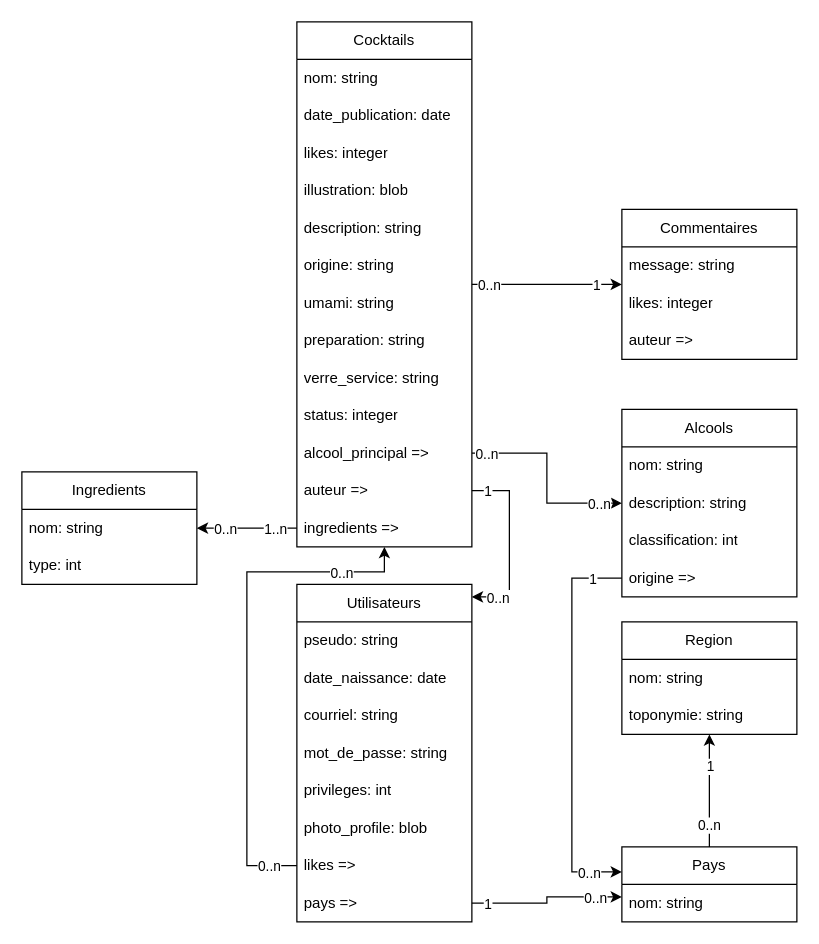
The draw.io diagram documentation/modele_conceptuel.drawio in Cocktail-Wizard/Cocktail_Wizard, before the edit. Source tidied: cells renumbered, new cells numbered last; positions are measured from the earlier drawing's top-left corner, leaving out a move shared by most shapes. Both pictures are drawn from the tidied source at 125%, with x=0, y=0 at pixel (21, 21).
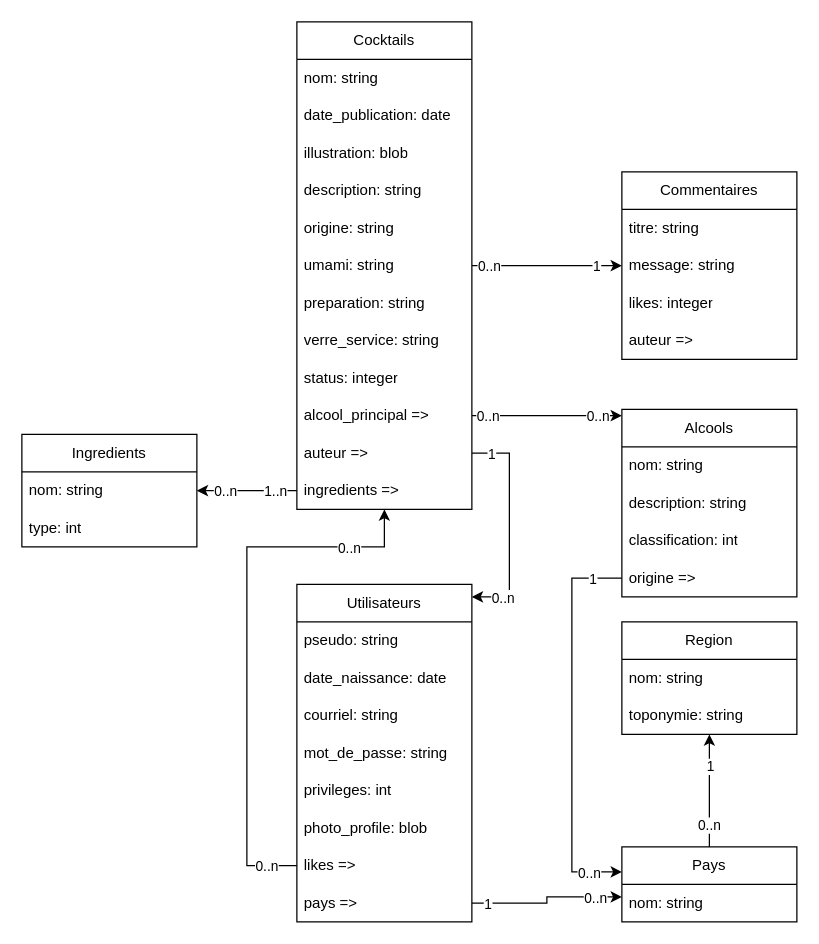
The same page after the edit.

Commit message:
Ajout du titre pour les commentaire et retrait du compteur de likes d'une publication

Unchanged cells that the change refers to:
```xml
<mxCell id="23" value="Utilisateurs" style="swimlane;fontStyle=0;horizontal=1;startSize=30;whiteSpace=wrap;html=1;" parent="1" vertex="1">
  <mxGeometry x="220" y="450" width="140" height="270" as="geometry" />
</mxCell>
<mxCell id="30" value="likes =&amp;gt;" style="text;strokeColor=none;fillColor=none;align=left;verticalAlign=middle;spacingLeft=4;spacingRight=4;overflow=hidden;points=[[0,0.5],[1,0.5]];portConstraint=eastwest;whiteSpace=wrap;html=1;" parent="23" vertex="1">
  <mxGeometry y="210" width="140" height="30" as="geometry" />
</mxCell>
<mxCell id="40" value="Alcools" style="swimlane;fontStyle=0;horizontal=1;startSize=30;whiteSpace=wrap;html=1;" parent="1" vertex="1">
  <mxGeometry x="480" y="310" width="140" height="150" as="geometry" />
</mxCell>
```

The edit, as a diff of the source:
```diff
@@
     <mxCell id="5" value="Cocktails" style="swimlane;fontStyle=0;horizontal=1;startSize=30;whiteSpace=wrap;html=1;" parent="1" vertex="1">
-      <mxGeometry x="220" width="140" height="420" as="geometry" />
+      <mxGeometry x="220" width="140" height="390" as="geometry" />
     </mxCell>
@@
-    <mxCell id="8" value="likes: integer" style="text;strokeColor=none;fillColor=none;align=left;verticalAlign=middle;spacingLeft=4;spacingRight=4;overflow=hidden;whiteSpace=wrap;html=1;" parent="5" vertex="1">
-      <mxGeometry y="90" width="140" height="30" as="geometry" />
-    </mxCell>
     <mxCell id="9" value="illustration: blob" style="text;strokeColor=none;fillColor=none;align=left;verticalAlign=middle;spacingLeft=4;spacingRight=4;overflow=hidden;whiteSpace=wrap;html=1;" parent="5" vertex="1">
-      <mxGeometry y="120" width="140" height="30" as="geometry" />
+      <mxGeometry y="90" width="140" height="30" as="geometry" />
     </mxCell>
     <mxCell id="10" value="description: string" style="text;strokeColor=none;fillColor=none;align=left;verticalAlign=middle;spacingLeft=4;spacingRight=4;overflow=hidden;whiteSpace=wrap;html=1;" parent="5" vertex="1">
-      <mxGeometry y="150" width="140" height="30" as="geometry" />
+      <mxGeometry y="120" width="140" height="30" as="geometry" />
     </mxCell>
     <mxCell id="11" value="origine: string" style="text;strokeColor=none;fillColor=none;align=left;verticalAlign=middle;spacingLeft=4;spacingRight=4;overflow=hidden;whiteSpace=wrap;html=1;" parent="5" vertex="1">
-      <mxGeometry y="180" width="140" height="30" as="geometry" />
+      <mxGeometry y="150" width="140" height="30" as="geometry" />
     </mxCell>
     <mxCell id="12" value="umami: string" style="text;strokeColor=none;fillColor=none;align=left;verticalAlign=middle;spacingLeft=4;spacingRight=4;overflow=hidden;whiteSpace=wrap;html=1;" parent="5" vertex="1">
-      <mxGeometry y="210" width="140" height="30" as="geometry" />
+      <mxGeometry y="180" width="140" height="30" as="geometry" />
     </mxCell>
     <mxCell id="13" value="preparation: string" style="text;strokeColor=none;fillColor=none;align=left;verticalAlign=middle;spacingLeft=4;spacingRight=4;overflow=hidden;whiteSpace=wrap;html=1;" parent="5" vertex="1">
-      <mxGeometry y="240" width="140" height="30" as="geometry" />
+      <mxGeometry y="210" width="140" height="30" as="geometry" />
     </mxCell>
     <mxCell id="14" value="verre_service: string" style="text;strokeColor=none;fillColor=none;align=left;verticalAlign=middle;spacingLeft=4;spacingRight=4;overflow=hidden;whiteSpace=wrap;html=1;" parent="5" vertex="1">
-      <mxGeometry y="270" width="140" height="30" as="geometry" />
+      <mxGeometry y="240" width="140" height="30" as="geometry" />
     </mxCell>
     <mxCell id="15" value="status: integer" style="text;strokeColor=none;fillColor=none;align=left;verticalAlign=middle;spacingLeft=4;spacingRight=4;overflow=hidden;whiteSpace=wrap;html=1;" parent="5" vertex="1">
-      <mxGeometry y="300" width="140" height="30" as="geometry" />
+      <mxGeometry y="270" width="140" height="30" as="geometry" />
     </mxCell>
     <mxCell id="16" value="alcool_principal =&amp;gt;" style="text;strokeColor=none;fillColor=none;align=left;verticalAlign=middle;spacingLeft=4;spacingRight=4;overflow=hidden;points=[[0,0.5],[1,0.5]];portConstraint=eastwest;whiteSpace=wrap;html=1;" parent="5" vertex="1">
-      <mxGeometry y="330" width="140" height="30" as="geometry" />
+      <mxGeometry y="300" width="140" height="30" as="geometry" />
     </mxCell>
     <mxCell id="17" value="auteur =&amp;gt;" style="text;strokeColor=none;fillColor=none;align=left;verticalAlign=middle;spacingLeft=4;spacingRight=4;overflow=hidden;points=[[0,0.5],[1,0.5]];portConstraint=eastwest;whiteSpace=wrap;html=1;" parent="5" vertex="1">
-      <mxGeometry y="360" width="140" height="30" as="geometry" />
+      <mxGeometry y="330" width="140" height="30" as="geometry" />
     </mxCell>
     <mxCell id="18" value="ingredients =&amp;gt;" style="text;strokeColor=none;fillColor=none;align=left;verticalAlign=middle;spacingLeft=4;spacingRight=4;overflow=hidden;points=[[0,0.5],[1,0.5]];portConstraint=eastwest;whiteSpace=wrap;html=1;" parent="5" vertex="1">
-      <mxGeometry y="390" width="140" height="30" as="geometry" />
+      <mxGeometry y="360" width="140" height="30" as="geometry" />
     </mxCell>
     <mxCell id="19" value="Commentaires" style="swimlane;fontStyle=0;horizontal=1;startSize=30;whiteSpace=wrap;html=1;" parent="1" vertex="1">
-      <mxGeometry x="480" y="150" width="140" height="120" as="geometry" />
+      <mxGeometry x="480" y="120" width="140" height="150" as="geometry" />
     </mxCell>
+    <mxCell id="66" value="titre: string" style="text;strokeColor=none;fillColor=none;align=left;verticalAlign=middle;spacingLeft=4;spacingRight=4;overflow=hidden;whiteSpace=wrap;html=1;" parent="19" vertex="1">
+      <mxGeometry y="30" width="140" height="30" as="geometry" />
+    </mxCell>
     <mxCell id="20" value="message: string" style="text;strokeColor=none;fillColor=none;align=left;verticalAlign=middle;spacingLeft=4;spacingRight=4;overflow=hidden;whiteSpace=wrap;html=1;" parent="19" vertex="1">
-      <mxGeometry y="30" width="140" height="30" as="geometry" />
+      <mxGeometry y="60" width="140" height="30" as="geometry" />
     </mxCell>
     <mxCell id="21" value="likes: integer" style="text;strokeColor=none;fillColor=none;align=left;verticalAlign=middle;spacingLeft=4;spacingRight=4;overflow=hidden;whiteSpace=wrap;html=1;" parent="19" vertex="1">
-      <mxGeometry y="60" width="140" height="30" as="geometry" />
+      <mxGeometry y="90" width="140" height="30" as="geometry" />
     </mxCell>
     <mxCell id="22" value="auteur =&amp;gt;" style="text;strokeColor=none;fillColor=none;align=left;verticalAlign=middle;spacingLeft=4;spacingRight=4;overflow=hidden;whiteSpace=wrap;html=1;" parent="19" vertex="1">
-      <mxGeometry y="90" width="140" height="30" as="geometry" />
+      <mxGeometry y="120" width="140" height="30" as="geometry" />
     </mxCell>
@@
     <mxCell id="48" style="edgeStyle=orthogonalEdgeStyle;rounded=0;jettySize=auto;html=1;" parent="1" edge="1" source="16" target="40">
-      <mxGeometry relative="1" as="geometry" />
+      <mxGeometry relative="1" as="geometry">
+        <Array as="points">
+          <mxPoint x="450" y="315" />
+          <mxPoint x="450" y="315" />
+        </Array>
+      </mxGeometry>
     </mxCell>
     <mxCell id="49" value="0..n" style="edgeLabel;html=1;align=center;verticalAlign=middle;" parent="48" vertex="1">
-      <mxGeometry x="-0.86" relative="1" as="geometry" />
+      <mxGeometry x="-0.86" relative="1" as="geometry">
+        <mxPoint x="4" as="offset" />
+      </mxGeometry>
     </mxCell>
     <mxCell id="50" value="0..n" style="edgeLabel;html=1;align=center;verticalAlign=middle;" parent="48" vertex="1">
-      <mxGeometry x="0.76" relative="1" as="geometry" />
+      <mxGeometry x="0.76" relative="1" as="geometry">
+        <mxPoint x="-6" as="offset" />
+      </mxGeometry>
     </mxCell>
@@
     <mxCell id="54" style="edgeStyle=orthogonalEdgeStyle;rounded=0;jettySize=auto;html=1;" parent="1" edge="1" source="17" target="23">
       <mxGeometry relative="1" as="geometry">
         <Array as="points">
-          <mxPoint x="390" y="375" />
+          <mxPoint x="390" y="345" />
           <mxPoint x="390" y="460" />
         </Array>
       </mxGeometry>
     </mxCell>
@@
     <mxCell id="57" value="Ingredients" style="swimlane;fontStyle=0;horizontal=1;startSize=30;whiteSpace=wrap;html=1;" parent="1" vertex="1">
-      <mxGeometry y="360" width="140" height="90" as="geometry" />
+      <mxGeometry y="330" width="140" height="90" as="geometry" />
     </mxCell>
@@
     <mxCell id="63" style="edgeStyle=orthogonalEdgeStyle;rounded=0;jettySize=auto;html=1;" parent="1" edge="1" source="30" target="5">
       <mxGeometry relative="1" as="geometry">
         <Array as="points">
           <mxPoint x="180" y="675" />
-          <mxPoint x="180" y="440" />
-          <mxPoint x="290" y="440" />
+          <mxPoint x="180" y="420" />
+          <mxPoint x="290" y="420" />
         </Array>
       </mxGeometry>
     </mxCell>
```
